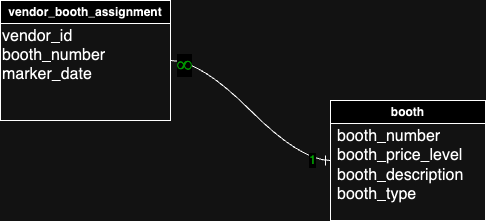
Above: 02_activities/homework/images/01_homework_submission.png in fbastos231/sql (draw.io), before the change. Source tidied: cells renumbered, new cells last; positions are measured from the earlier drawing's top-left corner, leaving out a move shared by most shapes. Source of this version:
```xml
<mxGraphModel>
  <root>
    <mxCell id="0" />
    <mxCell id="1" parent="0" />
    <mxCell id="2" value="vendor_booth_assignment" style="swimlane;whiteSpace=wrap;html=1;" parent="1" vertex="1">
      <mxGeometry width="170" height="120" as="geometry" />
    </mxCell>
    <mxCell id="3" value="vendor_id&lt;div&gt;booth_number&lt;/div&gt;&lt;div&gt;marker_date&lt;/div&gt;" style="text;html=1;align=left;verticalAlign=middle;points=[];strokeColor=none;fillColor=none;fontSize=16;" parent="2" vertex="1">
      <mxGeometry y="20" width="130" height="70" as="geometry" />
    </mxCell>
    <mxCell id="4" value="booth" style="swimlane;whiteSpace=wrap;html=1;" parent="1" vertex="1">
      <mxGeometry x="330" y="100" width="155" height="120" as="geometry" />
    </mxCell>
    <mxCell id="5" value="booth_number&lt;div&gt;booth_price_level&lt;/div&gt;&lt;div&gt;booth_description&lt;/div&gt;&lt;div&gt;booth_type&lt;/div&gt;" style="text;html=1;align=left;verticalAlign=middle;points=[];strokeColor=none;fillColor=none;fontSize=16;" parent="4" vertex="1">
      <mxGeometry x="5" y="20" width="150" height="90" as="geometry" />
    </mxCell>
    <mxCell id="6" style="edgeStyle=entityRelationEdgeStyle;fontSize=12;html=1;endArrow=ERone;endFill=1;rounded=0;startSize=8;endSize=8;curved=1;entryX=0;entryY=0.5;entryDx=0;entryDy=0;exitX=1;exitY=0.5;exitDx=0;exitDy=0;" parent="1" edge="1" source="2" target="4">
      <mxGeometry relative="1" as="geometry" />
    </mxCell>
    <mxCell id="7" value="&lt;font color=&quot;#00cc00&quot;&gt;1&lt;/font&gt;" style="edgeLabel;html=1;align=center;verticalAlign=middle;fontSize=12;" parent="6" vertex="1">
      <mxGeometry x="0.82" y="1" relative="1" as="geometry" />
    </mxCell>
    <mxCell id="8" value="&lt;span style=&quot;font-family: sans-serif; text-align: start; text-wrap: wrap; font-size: 18.4px; vertical-align: -5%;&quot;&gt;&lt;span style=&quot;font-family: &amp;quot;Nimbus Roman No9 L&amp;quot;, &amp;quot;Times New Roman&amp;quot;, Times, serif; font-size: 21.712px; line-height: 1; font-variant-numeric: lining-nums tabular-nums; font-kerning: none; text-wrap: nowrap;&quot; class=&quot;texhtml&quot;&gt;&lt;font color=&quot;#07f702&quot;&gt;∞&lt;/font&gt;&lt;/span&gt;&lt;/span&gt;" style="edgeLabel;html=1;align=center;verticalAlign=middle;fontSize=12;" parent="6" vertex="1">
      <mxGeometry x="-0.87" y="-4" relative="1" as="geometry" />
    </mxCell>
  </root>
</mxGraphModel>
```
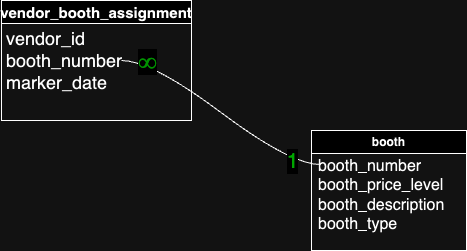
After the change.

Commit message:
update image to clarify shared columns

The edit, as a diff of the source:
```diff
@@ -2,11 +2,11 @@
   <root>
     <mxCell id="0" />
     <mxCell id="1" parent="0" />
-    <mxCell id="2" value="vendor_booth_assignment" style="swimlane;whiteSpace=wrap;html=1;" parent="1" vertex="1">
-      <mxGeometry width="170" height="120" as="geometry" />
+    <mxCell id="2" value="&lt;font style=&quot;font-size: 15px;&quot;&gt;vendor_booth_assignment&lt;/font&gt;" style="swimlane;whiteSpace=wrap;html=1;" parent="1" vertex="1">
+      <mxGeometry x="20" y="-30" width="190" height="120" as="geometry" />
     </mxCell>
-    <mxCell id="3" value="vendor_id&lt;div&gt;booth_number&lt;/div&gt;&lt;div&gt;marker_date&lt;/div&gt;" style="text;html=1;align=left;verticalAlign=middle;points=[];strokeColor=none;fillColor=none;fontSize=16;" parent="2" vertex="1">
-      <mxGeometry y="20" width="130" height="70" as="geometry" />
+    <mxCell id="3" value="&lt;font style=&quot;font-size: 18px;&quot;&gt;vendor_id&lt;/font&gt;&lt;div style=&quot;font-size: 18px;&quot;&gt;&lt;font style=&quot;font-size: 18px;&quot;&gt;booth_number&lt;/font&gt;&lt;/div&gt;&lt;div style=&quot;font-size: 18px;&quot;&gt;&lt;font style=&quot;font-size: 18px;&quot;&gt;marker_date&lt;/font&gt;&lt;/div&gt;" style="text;html=1;align=left;verticalAlign=middle;points=[];strokeColor=none;fillColor=none;fontSize=16;spacing=5;" parent="2" vertex="1">
+      <mxGeometry y="20" width="150" height="80" as="geometry" />
     </mxCell>
     <mxCell id="4" value="booth" style="swimlane;whiteSpace=wrap;html=1;" parent="1" vertex="1">
       <mxGeometry x="330" y="100" width="155" height="120" as="geometry" />
@@ -14,14 +14,18 @@
     <mxCell id="5" value="booth_number&lt;div&gt;booth_price_level&lt;/div&gt;&lt;div&gt;booth_description&lt;/div&gt;&lt;div&gt;booth_type&lt;/div&gt;" style="text;html=1;align=left;verticalAlign=middle;points=[];strokeColor=none;fillColor=none;fontSize=16;" parent="4" vertex="1">
       <mxGeometry x="5" y="20" width="150" height="90" as="geometry" />
     </mxCell>
-    <mxCell id="6" style="edgeStyle=entityRelationEdgeStyle;fontSize=12;html=1;endArrow=ERone;endFill=1;rounded=0;startSize=8;endSize=8;curved=1;entryX=0;entryY=0.5;entryDx=0;entryDy=0;exitX=1;exitY=0.5;exitDx=0;exitDy=0;" parent="1" edge="1" source="2" target="4">
+    <mxCell id="6" style="edgeStyle=entityRelationEdgeStyle;fontSize=12;html=1;endArrow=none;endFill=0;rounded=0;startSize=8;endSize=8;curved=1;entryX=0.027;entryY=0.156;entryDx=0;entryDy=0;exitX=0.8;exitY=0.5;exitDx=0;exitDy=0;exitPerimeter=0;entryPerimeter=0;" parent="1" edge="1" source="3" target="5">
       <mxGeometry relative="1" as="geometry" />
     </mxCell>
-    <mxCell id="7" value="&lt;font color=&quot;#00cc00&quot;&gt;1&lt;/font&gt;" style="edgeLabel;html=1;align=center;verticalAlign=middle;fontSize=12;" parent="6" vertex="1">
-      <mxGeometry x="0.82" y="1" relative="1" as="geometry" />
+    <mxCell id="7" value="&lt;font style=&quot;font-size: 21px;&quot; color=&quot;#00cc00&quot;&gt;1&lt;/font&gt;" style="edgeLabel;html=1;align=center;verticalAlign=middle;fontSize=12;" parent="6" vertex="1">
+      <mxGeometry x="0.82" y="1" relative="1" as="geometry">
+        <mxPoint x="-8" y="-3" as="offset" />
+      </mxGeometry>
     </mxCell>
-    <mxCell id="8" value="&lt;span style=&quot;font-family: sans-serif; text-align: start; text-wrap: wrap; font-size: 18.4px; vertical-align: -5%;&quot;&gt;&lt;span style=&quot;font-family: &amp;quot;Nimbus Roman No9 L&amp;quot;, &amp;quot;Times New Roman&amp;quot;, Times, serif; font-size: 21.712px; line-height: 1; font-variant-numeric: lining-nums tabular-nums; font-kerning: none; text-wrap: nowrap;&quot; class=&quot;texhtml&quot;&gt;&lt;font color=&quot;#07f702&quot;&gt;∞&lt;/font&gt;&lt;/span&gt;&lt;/span&gt;" style="edgeLabel;html=1;align=center;verticalAlign=middle;fontSize=12;" parent="6" vertex="1">
-      <mxGeometry x="-0.87" y="-4" relative="1" as="geometry" />
+    <mxCell id="8" value="&lt;span style=&quot;font-family: sans-serif; text-align: start; text-wrap: wrap; vertical-align: -5%;&quot;&gt;&lt;span style=&quot;font-family: &amp;quot;Nimbus Roman No9 L&amp;quot;, &amp;quot;Times New Roman&amp;quot;, Times, serif; line-height: 1; font-variant-numeric: lining-nums tabular-nums; font-kerning: none; text-wrap: nowrap;&quot; class=&quot;texhtml&quot;&gt;&lt;font style=&quot;font-size: 26px;&quot; color=&quot;#07f702&quot;&gt;∞&lt;/font&gt;&lt;/span&gt;&lt;/span&gt;" style="edgeLabel;html=1;align=center;verticalAlign=middle;fontSize=12;" parent="6" vertex="1">
+      <mxGeometry x="-0.87" y="-4" relative="1" as="geometry">
+        <mxPoint x="10" y="-4" as="offset" />
+      </mxGeometry>
     </mxCell>
   </root>
 </mxGraphModel>
```
